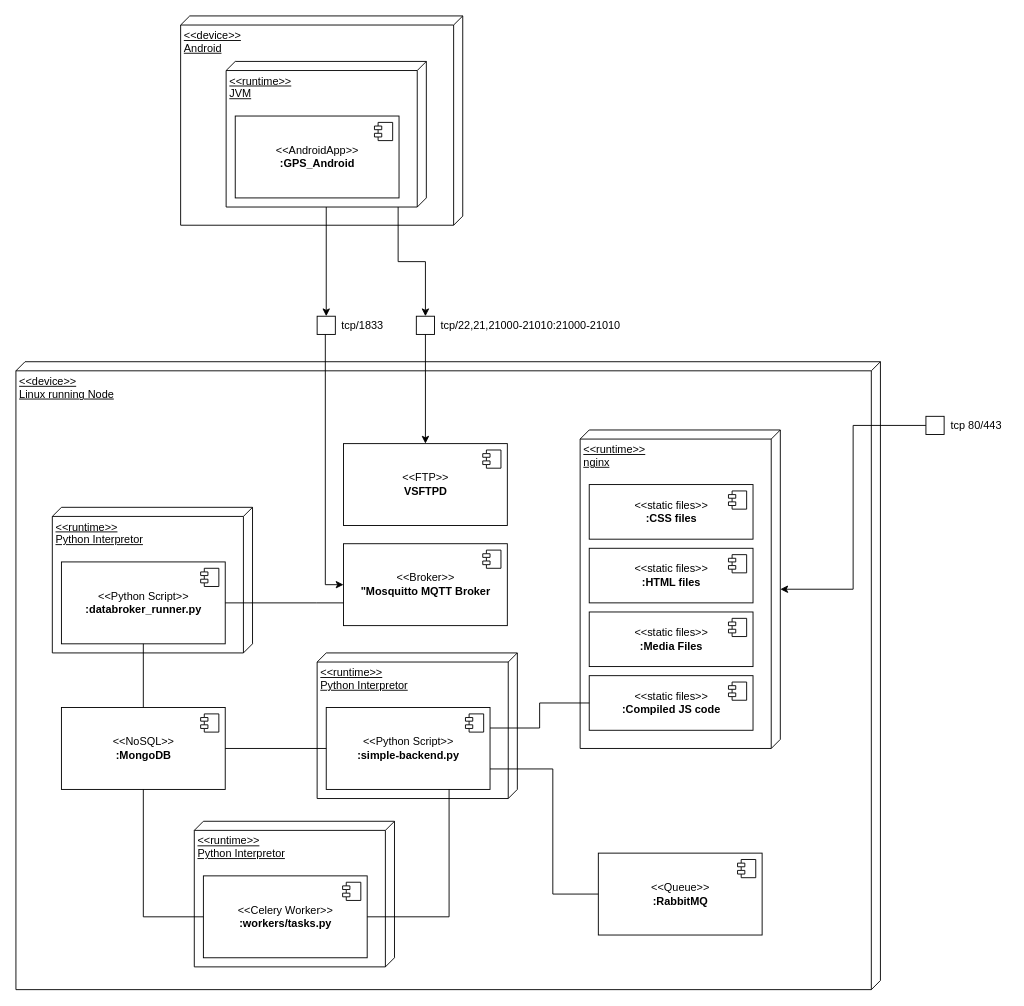
This is page "BareMetall" (1 of 2) of docs/schemes/deployment/DeploymentDiagram.drawio from Kirkirillka/GPS_Tracker, a draw.io file, before an edit. Source tidied: cells renumbered, new cells numbered last; positions are measured from the earlier drawing's top-left corner, leaving out a move shared by most shapes. Both pictures are drawn from the tidied source at 91%, with x=0, y=0 at pixel (15, 15).
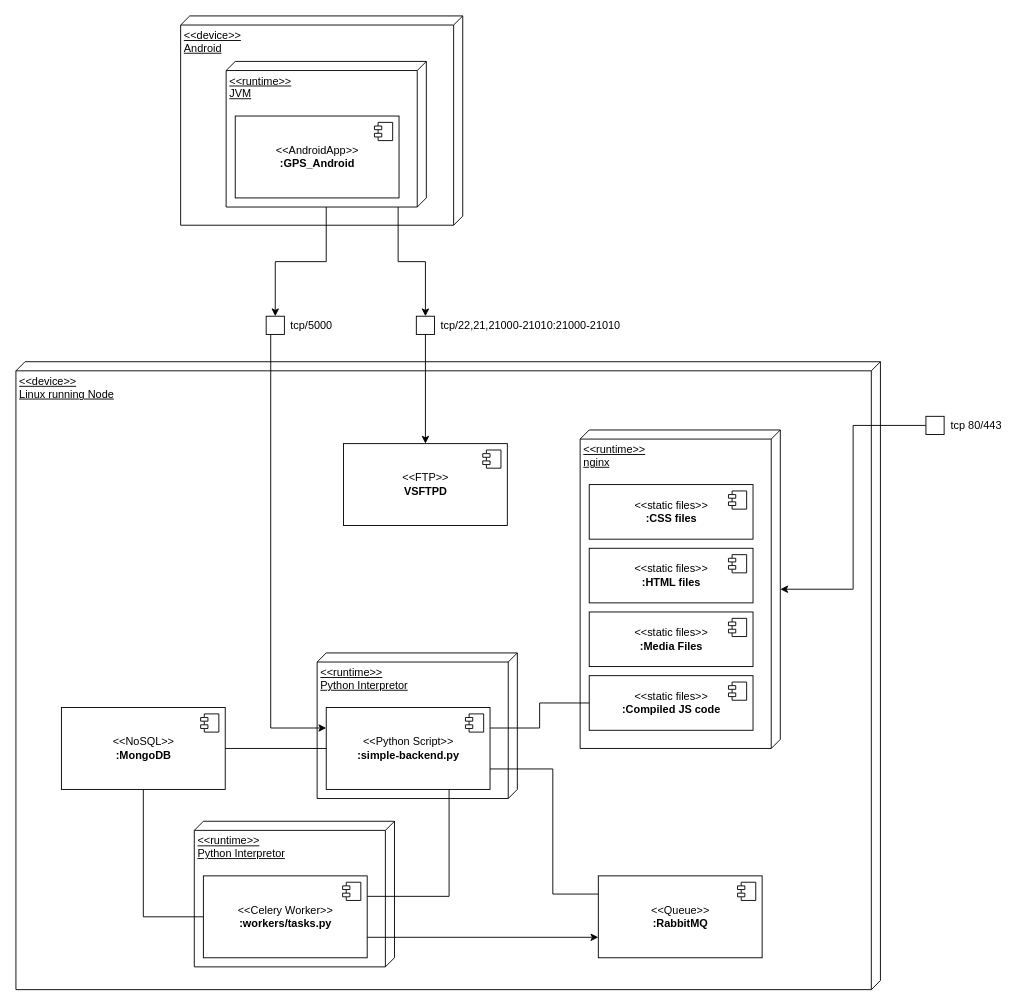
After the change.

Unchanged cells that the change refers to:
```xml
<mxCell id="5" value="&amp;lt;&amp;lt;NoSQL&amp;gt;&amp;gt;&lt;br&gt;&lt;b&gt;:MongoDB&lt;/b&gt;" style="html=1;" parent="1" vertex="1">
  <mxGeometry x="50" y="760" width="180" height="90" as="geometry" />
</mxCell>
<mxCell id="15" value="&amp;lt;&amp;lt;Python Script&amp;gt;&amp;gt;&lt;br&gt;&lt;b&gt;:simple-backend.py&lt;/b&gt;" style="html=1;" parent="13" vertex="1">
  <mxGeometry x="10" y="60" width="180" height="90" as="geometry" />
</mxCell>
<mxCell id="19" value="&amp;lt;&amp;lt;Celery Worker&amp;gt;&amp;gt;&lt;br&gt;&lt;b&gt;:workers/tasks.py&lt;/b&gt;" style="html=1;" parent="17" vertex="1">
  <mxGeometry x="10" y="60" width="180" height="90" as="geometry" />
</mxCell>
<mxCell id="43" style="whiteSpace=wrap;html=1;" parent="42" vertex="1">
  <mxGeometry width="20" height="20" as="geometry" />
</mxCell>
```

Change to the diagram source:
```diff
@@
     <mxCell id="3" value="&amp;lt;&amp;lt;Queue&amp;gt;&amp;gt;&lt;br&gt;&lt;b&gt;:RabbitMQ&lt;/b&gt;" style="html=1;" parent="1" vertex="1">
-      <mxGeometry x="640" y="920" width="180" height="90" as="geometry" />
+      <mxGeometry x="640" y="945" width="180" height="90" as="geometry" />
     </mxCell>
@@
-    <mxCell id="7" value="&amp;lt;&amp;lt;Broker&amp;gt;&amp;gt;&lt;br&gt;&lt;b&gt;&quot;Mosquitto MQTT Broker&lt;/b&gt;" style="html=1;" parent="1" vertex="1">
-      <mxGeometry x="360" y="580" width="180" height="90" as="geometry" />
-    </mxCell>
-    <mxCell id="8" style="shape=component;jettyWidth=8;jettyHeight=4;" parent="7" vertex="1">
-      <mxGeometry x="1" width="20" height="20" relative="1" as="geometry">
-        <mxPoint x="-27" y="7" as="offset" />
-      </mxGeometry>
-    </mxCell>
-    <mxCell id="9" style="group;" parent="1" vertex="1">
-      <mxGeometry x="40" y="540" width="220" height="160" as="geometry" />
-    </mxCell>
-    <mxCell id="10" value="&amp;lt;&amp;lt;runtime&amp;gt;&amp;gt;&lt;br&gt;Python Interpretor" style="verticalAlign=top;align=left;spacingTop=8;spacingLeft=2;spacingRight=12;shape=cube;size=10;direction=south;fontStyle=4;html=1;" parent="9" vertex="1">
-      <mxGeometry width="220" height="160" as="geometry" />
-    </mxCell>
-    <mxCell id="11" value="&amp;lt;&amp;lt;Python Script&amp;gt;&amp;gt;&lt;br&gt;&lt;b&gt;:databroker_runner.py&lt;/b&gt;" style="html=1;" parent="9" vertex="1">
-      <mxGeometry x="10" y="60" width="180" height="90" as="geometry" />
-    </mxCell>
-    <mxCell id="12" style="shape=component;jettyWidth=8;jettyHeight=4;" parent="11" vertex="1">
-      <mxGeometry x="1" width="20" height="20" relative="1" as="geometry">
-        <mxPoint x="-27" y="7" as="offset" />
-      </mxGeometry>
-    </mxCell>
@@
     <mxCell id="42" style="group;" parent="1" vertex="1">
-      <mxGeometry x="331" y="330" width="85" height="20" as="geometry" />
+      <mxGeometry x="275" y="330" width="85" height="20" as="geometry" />
     </mxCell>
@@
-    <mxCell id="44" value="tcp/1833" style="text;html=1;align=left;verticalAlign=middle;" parent="42" vertex="1">
+    <mxCell id="44" value="tcp/5000" style="text;html=1;align=left;verticalAlign=middle;" parent="42" vertex="1">
       <mxGeometry x="25" width="60" height="20" as="geometry" />
     </mxCell>
@@
-    <mxCell id="49" style="edgeStyle=orthogonalEdgeStyle;rounded=0;jettySize=auto;html=1;entryX=0;entryY=0.5;entryDx=0;entryDy=0;" parent="1" edge="1" source="43" target="7">
+    <mxCell id="49" style="edgeStyle=orthogonalEdgeStyle;rounded=0;jettySize=auto;html=1;entryX=0;entryY=0.25;entryDx=0;entryDy=0;" parent="1" edge="1" source="43" target="15">
       <mxGeometry relative="1" as="geometry">
         <Array as="points">
-          <mxPoint x="340" y="625" />
+          <mxPoint x="280" y="783" />
         </Array>
       </mxGeometry>
     </mxCell>
@@
-    <mxCell id="52" style="edgeStyle=orthogonalEdgeStyle;rounded=0;jettySize=auto;html=1;endArrow=none;endFill=0;" parent="1" edge="1" source="11" target="7">
-      <mxGeometry relative="1" as="geometry">
-        <Array as="points">
-          <mxPoint x="330" y="645" />
-          <mxPoint x="330" y="645" />
-        </Array>
-      </mxGeometry>
-    </mxCell>
@@
-    <mxCell id="55" style="edgeStyle=orthogonalEdgeStyle;rounded=0;jettySize=auto;html=1;endArrow=none;endFill=0;exitX=0.75;exitY=1;exitDx=0;exitDy=0;entryX=1;entryY=0.5;entryDx=0;entryDy=0;" parent="1" edge="1" source="15" target="19">
+    <mxCell id="55" style="edgeStyle=orthogonalEdgeStyle;rounded=0;jettySize=auto;html=1;endArrow=none;endFill=0;exitX=0.75;exitY=1;exitDx=0;exitDy=0;entryX=1;entryY=0.25;entryDx=0;entryDy=0;" parent="1" edge="1" source="15" target="19">
       <mxGeometry relative="1" as="geometry" />
     </mxCell>
@@
-    <mxCell id="57" style="edgeStyle=orthogonalEdgeStyle;rounded=0;jettySize=auto;html=1;endArrow=none;endFill=0;" parent="1" edge="1" source="11" target="5">
-      <mxGeometry relative="1" as="geometry" />
-    </mxCell>
@@
+    <mxCell id="59" style="edgeStyle=orthogonalEdgeStyle;rounded=0;jettySize=auto;html=1;exitX=1;exitY=0.75;exitDx=0;exitDy=0;entryX=0;entryY=0.75;entryDx=0;entryDy=0;" parent="1" edge="1" source="19" target="3">
+      <mxGeometry relative="1" as="geometry" />
+    </mxCell>
```
